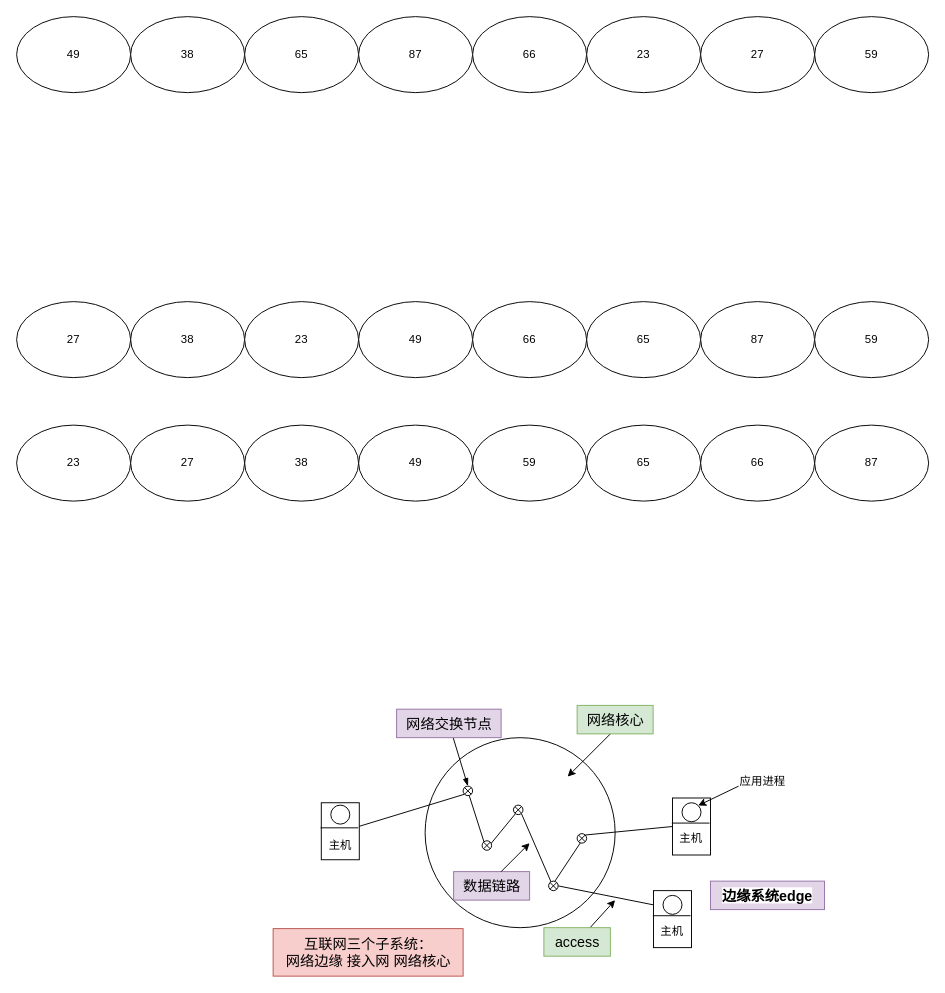
The draw.io diagram 未命名绘图.drawio in Oxidaner/MyDraw, before the edit. Source tidied: cells renumbered, new cells numbered last; positions are measured from the earlier drawing's top-left corner, leaving out a move shared by most shapes. Both pictures are drawn from the tidied source at 95%, with x=0, y=0 at pixel (16, 16).
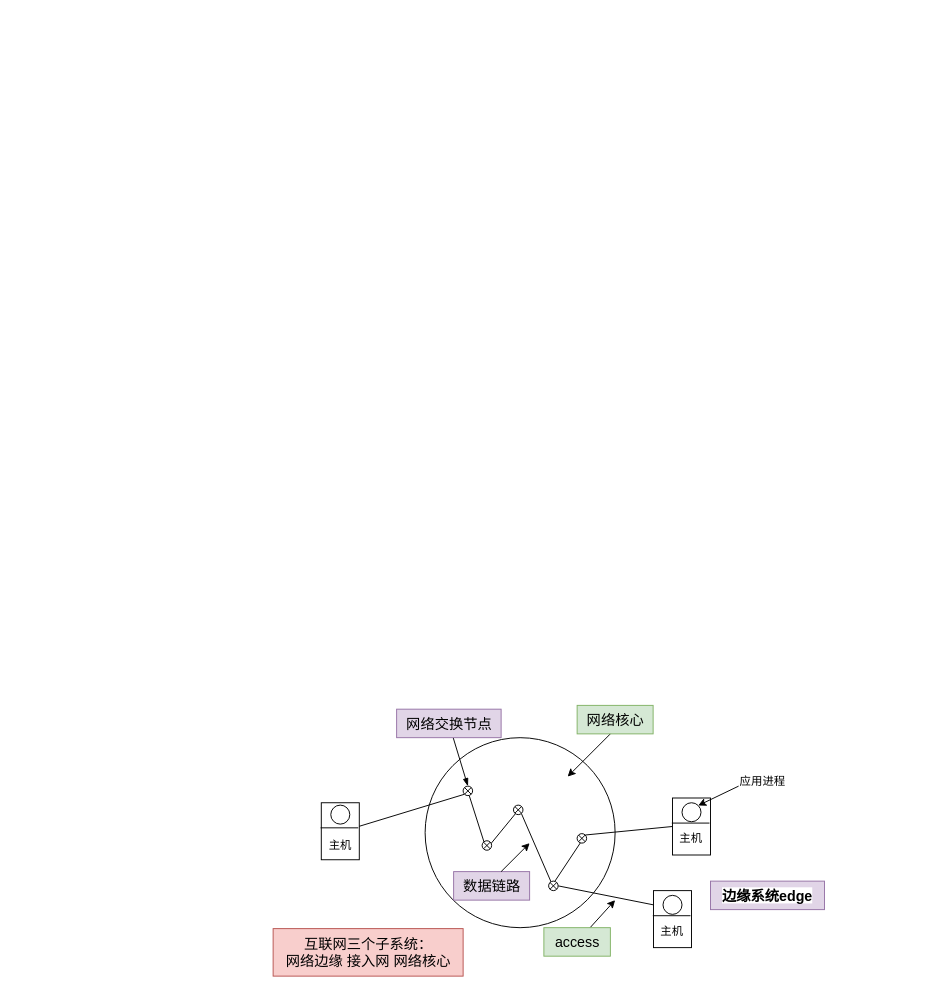
The same diagram, later.

What changed in the source:
```diff
@@
-    <mxCell id="2" value="49" style="ellipse;whiteSpace=wrap;html=1;" parent="1" vertex="1">
-      <mxGeometry width="120" height="80" as="geometry" />
-    </mxCell>
-    <mxCell id="3" value="38" style="ellipse;whiteSpace=wrap;html=1;" parent="1" vertex="1">
-      <mxGeometry x="120" width="120" height="80" as="geometry" />
-    </mxCell>
-    <mxCell id="4" value="65" style="ellipse;whiteSpace=wrap;html=1;" parent="1" vertex="1">
-      <mxGeometry x="240" width="120" height="80" as="geometry" />
-    </mxCell>
-    <mxCell id="5" value="87" style="ellipse;whiteSpace=wrap;html=1;" parent="1" vertex="1">
-      <mxGeometry x="360" width="120" height="80" as="geometry" />
-    </mxCell>
-    <mxCell id="6" value="66" style="ellipse;whiteSpace=wrap;html=1;" parent="1" vertex="1">
-      <mxGeometry x="480" width="120" height="80" as="geometry" />
-    </mxCell>
-    <mxCell id="7" value="23" style="ellipse;whiteSpace=wrap;html=1;" parent="1" vertex="1">
-      <mxGeometry x="600" width="120" height="80" as="geometry" />
-    </mxCell>
-    <mxCell id="8" value="59" style="ellipse;whiteSpace=wrap;html=1;" parent="1" vertex="1">
-      <mxGeometry x="840" width="120" height="80" as="geometry" />
-    </mxCell>
-    <mxCell id="9" value="27" style="ellipse;whiteSpace=wrap;html=1;" parent="1" vertex="1">
-      <mxGeometry x="720" width="120" height="80" as="geometry" />
-    </mxCell>
-    <mxCell id="10" value="49" style="ellipse;whiteSpace=wrap;html=1;" parent="1" vertex="1">
-      <mxGeometry x="360" y="300" width="120" height="80" as="geometry" />
-    </mxCell>
-    <mxCell id="11" value="38" style="ellipse;whiteSpace=wrap;html=1;" parent="1" vertex="1">
-      <mxGeometry x="120" y="300" width="120" height="80" as="geometry" />
-    </mxCell>
-    <mxCell id="12" value="65" style="ellipse;whiteSpace=wrap;html=1;" parent="1" vertex="1">
-      <mxGeometry x="600" y="300" width="120" height="80" as="geometry" />
-    </mxCell>
-    <mxCell id="13" value="87" style="ellipse;whiteSpace=wrap;html=1;" parent="1" vertex="1">
-      <mxGeometry x="720" y="300" width="120" height="80" as="geometry" />
-    </mxCell>
-    <mxCell id="14" value="66" style="ellipse;whiteSpace=wrap;html=1;" parent="1" vertex="1">
-      <mxGeometry x="480" y="300" width="120" height="80" as="geometry" />
-    </mxCell>
-    <mxCell id="15" value="23" style="ellipse;whiteSpace=wrap;html=1;" parent="1" vertex="1">
-      <mxGeometry x="240" y="300" width="120" height="80" as="geometry" />
-    </mxCell>
-    <mxCell id="16" value="27" style="ellipse;whiteSpace=wrap;html=1;" parent="1" vertex="1">
-      <mxGeometry y="300" width="120" height="80" as="geometry" />
-    </mxCell>
-    <mxCell id="17" value="59" style="ellipse;whiteSpace=wrap;html=1;" parent="1" vertex="1">
-      <mxGeometry x="840" y="300" width="120" height="80" as="geometry" />
-    </mxCell>
-    <mxCell id="18" value="49" style="ellipse;whiteSpace=wrap;html=1;" parent="1" vertex="1">
-      <mxGeometry x="360" y="430" width="120" height="80" as="geometry" />
-    </mxCell>
-    <mxCell id="19" value="38" style="ellipse;whiteSpace=wrap;html=1;" parent="1" vertex="1">
-      <mxGeometry x="240" y="430" width="120" height="80" as="geometry" />
-    </mxCell>
-    <mxCell id="20" value="65" style="ellipse;whiteSpace=wrap;html=1;" parent="1" vertex="1">
-      <mxGeometry x="600" y="430" width="120" height="80" as="geometry" />
-    </mxCell>
-    <mxCell id="21" value="87" style="ellipse;whiteSpace=wrap;html=1;" parent="1" vertex="1">
-      <mxGeometry x="840" y="430" width="120" height="80" as="geometry" />
-    </mxCell>
-    <mxCell id="22" value="66" style="ellipse;whiteSpace=wrap;html=1;" parent="1" vertex="1">
-      <mxGeometry x="720" y="430" width="120" height="80" as="geometry" />
-    </mxCell>
-    <mxCell id="23" value="23" style="ellipse;whiteSpace=wrap;html=1;" parent="1" vertex="1">
-      <mxGeometry y="430" width="120" height="80" as="geometry" />
-    </mxCell>
-    <mxCell id="24" value="27" style="ellipse;whiteSpace=wrap;html=1;" parent="1" vertex="1">
-      <mxGeometry x="120" y="430" width="120" height="80" as="geometry" />
-    </mxCell>
-    <mxCell id="25" value="59" style="ellipse;whiteSpace=wrap;html=1;" parent="1" vertex="1">
-      <mxGeometry x="480" y="430" width="120" height="80" as="geometry" />
-    </mxCell>
```
